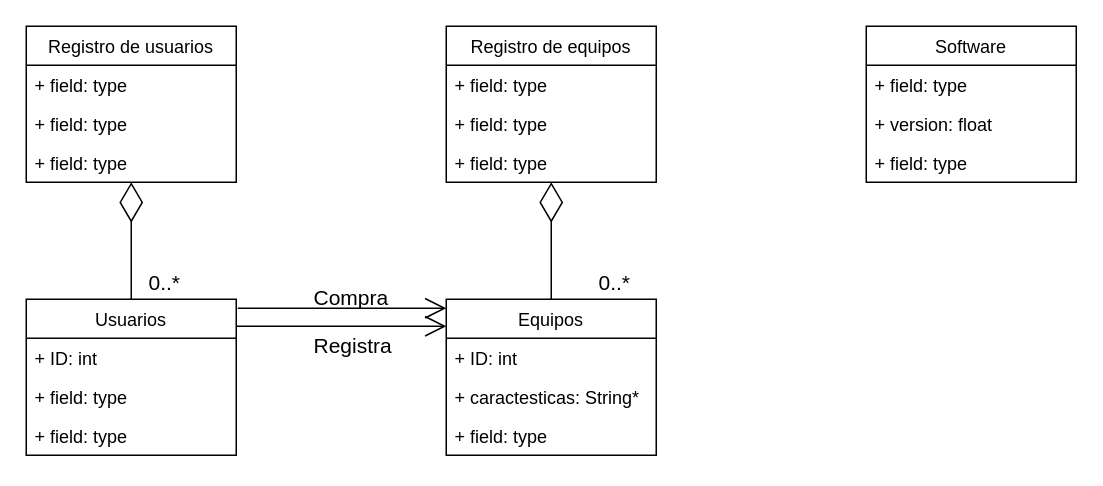
Earlier version of the draw.io diagram ModeloDeDominio.drawio (pierreLucas40/INF236). Source tidied: cells renumbered, new cells numbered last; positions are measured from the earlier drawing's top-left corner, leaving out a move shared by most shapes. Both pictures are drawn from the tidied source at 150%, with x=0, y=0 at pixel (26, 26).
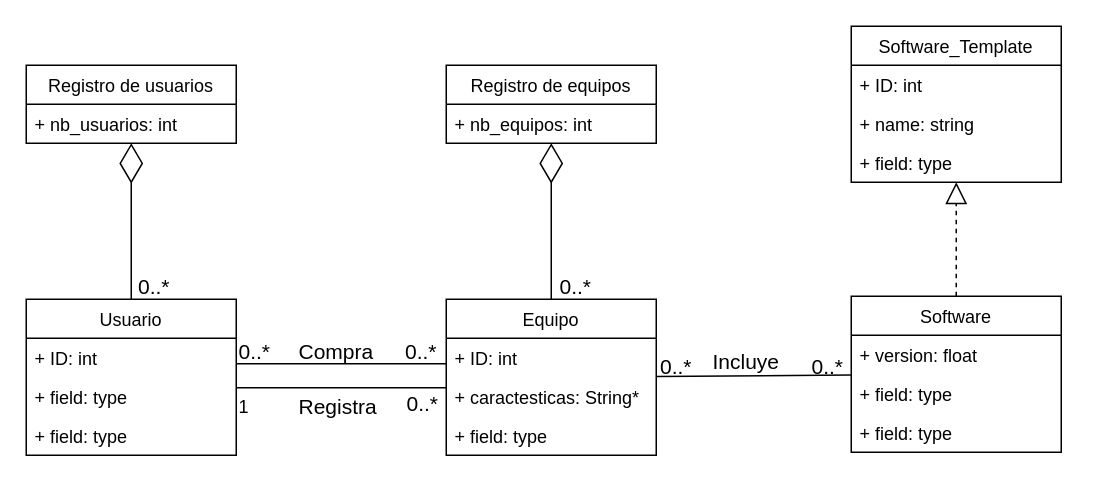
The same diagram, later.

Change to the diagram source:
```diff
@@
     <mxCell id="2" value="Registro de usuarios" style="swimlane;fontStyle=0;horizontal=1;startSize=26;fillColor=none;" parent="1" vertex="1">
-      <mxGeometry width="140" height="104" as="geometry" />
+      <mxGeometry y="26" width="140" height="52" as="geometry" />
     </mxCell>
-    <mxCell id="3" value="+ field: type" style="text;strokeColor=none;fillColor=none;align=left;verticalAlign=top;spacingLeft=4;spacingRight=4;overflow=hidden;" parent="2" vertex="1">
+    <mxCell id="3" value="+ nb_usuarios: int" style="text;strokeColor=none;fillColor=none;align=left;verticalAlign=top;spacingLeft=4;spacingRight=4;overflow=hidden;" parent="2" vertex="1">
       <mxGeometry y="26" width="140" height="26" as="geometry" />
     </mxCell>
-    <mxCell id="4" value="+ field: type" style="text;strokeColor=none;fillColor=none;align=left;verticalAlign=top;spacingLeft=4;spacingRight=4;overflow=hidden;" parent="2" vertex="1">
-      <mxGeometry y="52" width="140" height="26" as="geometry" />
-    </mxCell>
-    <mxCell id="5" value="+ field: type" style="text;strokeColor=none;fillColor=none;align=left;verticalAlign=top;spacingLeft=4;spacingRight=4;overflow=hidden;" parent="2" vertex="1">
-      <mxGeometry y="78" width="140" height="26" as="geometry" />
-    </mxCell>
-    <mxCell id="6" value="Usuarios" style="swimlane;fontStyle=0;horizontal=1;startSize=26;fillColor=none;" parent="1" vertex="1">
+    <mxCell id="6" value="Usuario" style="swimlane;fontStyle=0;horizontal=1;startSize=26;fillColor=none;" parent="1" vertex="1">
       <mxGeometry y="182" width="140" height="104" as="geometry" />
     </mxCell>
@@
     <mxCell id="11" value="Registro de equipos" style="swimlane;fontStyle=0;horizontal=1;startSize=26;fillColor=none;" parent="1" vertex="1">
-      <mxGeometry x="280" width="140" height="104" as="geometry" />
+      <mxGeometry x="280" y="26" width="140" height="52" as="geometry" />
     </mxCell>
-    <mxCell id="12" value="+ field: type" style="text;strokeColor=none;fillColor=none;align=left;verticalAlign=top;spacingLeft=4;spacingRight=4;overflow=hidden;" parent="11" vertex="1">
+    <mxCell id="12" value="+ nb_equipos: int" style="text;strokeColor=none;fillColor=none;align=left;verticalAlign=top;spacingLeft=4;spacingRight=4;overflow=hidden;" parent="11" vertex="1">
       <mxGeometry y="26" width="140" height="26" as="geometry" />
     </mxCell>
-    <mxCell id="13" value="+ field: type" style="text;strokeColor=none;fillColor=none;align=left;verticalAlign=top;spacingLeft=4;spacingRight=4;overflow=hidden;" parent="11" vertex="1">
-      <mxGeometry y="52" width="140" height="26" as="geometry" />
-    </mxCell>
-    <mxCell id="14" value="+ field: type" style="text;strokeColor=none;fillColor=none;align=left;verticalAlign=top;spacingLeft=4;spacingRight=4;overflow=hidden;" parent="11" vertex="1">
-      <mxGeometry y="78" width="140" height="26" as="geometry" />
-    </mxCell>
-    <mxCell id="15" value="Equipos" style="swimlane;fontStyle=0;horizontal=1;startSize=26;fillColor=none;" parent="1" vertex="1">
+    <mxCell id="15" value="Equipo" style="swimlane;fontStyle=0;horizontal=1;startSize=26;fillColor=none;" parent="1" vertex="1">
       <mxGeometry x="280" y="182" width="140" height="104" as="geometry" />
     </mxCell>
@@
     <mxCell id="20" value="&lt;font style=&quot;font-size: 14px&quot;&gt;0..*&lt;/font&gt;" style="text;html=1;align=left;verticalAlign=top;spacingTop=-4;" parent="1" vertex="1">
-      <mxGeometry x="80" y="160" width="40" height="20" as="geometry" />
+      <mxGeometry x="73" y="163" width="40" height="20" as="geometry" />
     </mxCell>
     <mxCell id="21" value="&lt;font style=&quot;font-size: 14px&quot;&gt;0..*&lt;/font&gt;" style="text;html=1;align=left;verticalAlign=top;spacingTop=-4;" parent="1" vertex="1">
-      <mxGeometry x="380" y="160" width="40" height="20" as="geometry" />
+      <mxGeometry x="354" y="163" width="40" height="20" as="geometry" />
     </mxCell>
-    <mxCell id="22" style="endArrow=open;endFill=1;endSize=12;html=1;strokeColor=#000000;exitX=1.014;exitY=0.154;exitDx=0;exitDy=0;exitPerimeter=0;" parent="1" edge="1">
-      <mxGeometry relative="1" as="geometry">
-        <mxPoint x="141" y="188" as="sourcePoint" />
-        <mxPoint x="280" y="188" as="targetPoint" />
-        <Array as="points">
-          <mxPoint x="209" y="188" />
-        </Array>
-      </mxGeometry>
-    </mxCell>
     <mxCell id="23" value="&lt;font style=&quot;font-size: 14px&quot;&gt;Compra&lt;/font&gt;" style="text;html=1;align=left;verticalAlign=top;spacingTop=-4;" parent="1" vertex="1">
-      <mxGeometry x="190" y="170" width="70" height="20" as="geometry" />
+      <mxGeometry x="180" y="206" width="70" height="20" as="geometry" />
     </mxCell>
-    <mxCell id="24" style="endArrow=open;endFill=1;endSize=12;html=1;strokeColor=#000000;entryX=0;entryY=0.173;entryDx=0;entryDy=0;entryPerimeter=0;exitX=1.014;exitY=0.154;exitDx=0;exitDy=0;exitPerimeter=0;" parent="1" edge="1" target="15">
-      <mxGeometry relative="1" as="geometry">
-        <mxPoint x="140" y="200" as="sourcePoint" />
-        <Array as="points">
-          <mxPoint x="208" y="200" />
-        </Array>
-      </mxGeometry>
-    </mxCell>
     <mxCell id="25" value="&lt;font style=&quot;font-size: 14px&quot;&gt;Registra&lt;/font&gt;" style="text;html=1;align=left;verticalAlign=top;spacingTop=-4;" parent="1" vertex="1">
-      <mxGeometry x="190" y="202" width="70" height="20" as="geometry" />
+      <mxGeometry x="180" y="243" width="70" height="20" as="geometry" />
     </mxCell>
-    <mxCell id="26" value="Software" style="swimlane;fontStyle=0;horizontal=1;startSize=26;fillColor=none;" parent="1" vertex="1">
-      <mxGeometry x="560" width="140" height="104" as="geometry" />
+    <mxCell id="26" value="Software_Template" style="swimlane;fontStyle=0;horizontal=1;startSize=26;fillColor=none;" parent="1" vertex="1">
+      <mxGeometry x="550" width="140" height="104" as="geometry" />
     </mxCell>
+    <mxCell id="29" value="+ ID: int" style="text;strokeColor=none;fillColor=none;align=left;verticalAlign=top;spacingLeft=4;spacingRight=4;overflow=hidden;" parent="26" vertex="1">
+      <mxGeometry y="26" width="140" height="26" as="geometry" />
+    </mxCell>
+    <mxCell id="30" value="+ name: string" style="text;strokeColor=none;fillColor=none;align=left;verticalAlign=top;spacingLeft=4;spacingRight=4;overflow=hidden;" parent="26" vertex="1">
+      <mxGeometry y="52" width="140" height="26" as="geometry" />
+    </mxCell>
     <mxCell id="27" value="+ field: type" style="text;strokeColor=none;fillColor=none;align=left;verticalAlign=top;spacingLeft=4;spacingRight=4;overflow=hidden;" parent="26" vertex="1">
-      <mxGeometry y="26" width="140" height="26" as="geometry" />
+      <mxGeometry y="78" width="140" height="26" as="geometry" />
     </mxCell>
+    <mxCell id="31" value="Software" style="swimlane;fontStyle=0;horizontal=1;startSize=26;fillColor=none;" parent="1" vertex="1">
+      <mxGeometry x="550" y="180" width="140" height="104" as="geometry" />
+    </mxCell>
-    <mxCell id="28" value="+ version: float" style="text;strokeColor=none;fillColor=none;align=left;verticalAlign=top;spacingLeft=4;spacingRight=4;overflow=hidden;" parent="26" vertex="1">
-      <mxGeometry y="52" width="140" height="26" as="geometry" />
+    <mxCell id="28" value="+ version: float" style="text;strokeColor=none;fillColor=none;align=left;verticalAlign=top;spacingLeft=4;spacingRight=4;overflow=hidden;" parent="31" vertex="1">
+      <mxGeometry y="26" width="140" height="26" as="geometry" />
     </mxCell>
-    <mxCell id="29" value="+ field: type" style="text;strokeColor=none;fillColor=none;align=left;verticalAlign=top;spacingLeft=4;spacingRight=4;overflow=hidden;" parent="26" vertex="1">
-      <mxGeometry y="78" width="140" height="26" as="geometry" />
-    </mxCell>
+    <mxCell id="32" value="+ field: type" style="text;strokeColor=none;fillColor=none;align=left;verticalAlign=top;spacingLeft=4;spacingRight=4;overflow=hidden;" parent="31" vertex="1">
+      <mxGeometry y="52" width="140" height="26" as="geometry" />
+    </mxCell>
+    <mxCell id="33" value="+ field: type" style="text;strokeColor=none;fillColor=none;align=left;verticalAlign=top;spacingLeft=4;spacingRight=4;overflow=hidden;" parent="31" vertex="1">
+      <mxGeometry y="78" width="140" height="26" as="geometry" />
+    </mxCell>
+    <mxCell id="34" style="endArrow=block;dashed=1;endFill=0;endSize=12;html=1;strokeColor=#000000;" parent="1" edge="1" source="31" target="26">
+      <mxGeometry relative="1" as="geometry" />
+    </mxCell>
+    <mxCell id="35" style="endArrow=none;html=1;strokeColor=#000000;" parent="1" edge="1">
+      <mxGeometry relative="1" as="geometry">
+        <mxPoint x="140" y="241" as="sourcePoint" />
+        <mxPoint x="280" y="241" as="targetPoint" />
+      </mxGeometry>
+    </mxCell>
+    <mxCell id="36" style="endArrow=none;html=1;strokeColor=#000000;" parent="1" edge="1">
+      <mxGeometry relative="1" as="geometry">
+        <mxPoint x="140" y="225" as="sourcePoint" />
+        <mxPoint x="280" y="225" as="targetPoint" />
+      </mxGeometry>
+    </mxCell>
+    <mxCell id="37" value="&lt;font style=&quot;font-size: 14px&quot;&gt;0..*&lt;/font&gt;" style="text;html=1;align=left;verticalAlign=top;spacingTop=-4;" parent="1" vertex="1">
+      <mxGeometry x="140" y="206" width="40" height="20" as="geometry" />
+    </mxCell>
+    <mxCell id="38" value="&lt;font style=&quot;font-size: 14px&quot;&gt;0..*&lt;/font&gt;" style="text;html=1;align=left;verticalAlign=top;spacingTop=-4;" parent="1" vertex="1">
+      <mxGeometry x="251" y="206" width="40" height="20" as="geometry" />
+    </mxCell>
+    <mxCell id="39" value="1" style="text;html=1;align=left;verticalAlign=top;spacingTop=-4;" parent="1" vertex="1">
+      <mxGeometry x="140" y="244" width="20" height="20" as="geometry" />
+    </mxCell>
+    <mxCell id="40" value="&lt;font style=&quot;font-size: 14px&quot;&gt;0..*&lt;/font&gt;" style="text;html=1;align=left;verticalAlign=top;spacingTop=-4;" parent="1" vertex="1">
+      <mxGeometry x="252" y="241" width="40" height="20" as="geometry" />
+    </mxCell>
+    <mxCell id="41" style="endArrow=none;html=1;strokeColor=#000000;" parent="1" edge="1">
+      <mxGeometry relative="1" as="geometry">
+        <mxPoint x="550" y="232.5" as="sourcePoint" />
+        <mxPoint x="420" y="233.5" as="targetPoint" />
+      </mxGeometry>
+    </mxCell>
+    <mxCell id="42" value="&lt;font style=&quot;font-size: 14px&quot;&gt;Incluye&lt;/font&gt;" style="text;html=1;align=left;verticalAlign=top;spacingTop=-4;" parent="1" vertex="1">
+      <mxGeometry x="456" y="213" width="60" height="20" as="geometry" />
+    </mxCell>
+    <mxCell id="43" value="&lt;font style=&quot;font-size: 14px&quot;&gt;0..*&lt;/font&gt;" style="text;html=1;align=left;verticalAlign=top;spacingTop=-4;" parent="1" vertex="1">
+      <mxGeometry x="421" y="216" width="40" height="20" as="geometry" />
+    </mxCell>
+    <mxCell id="44" value="&lt;font style=&quot;font-size: 14px&quot;&gt;0..*&lt;/font&gt;" style="text;html=1;align=left;verticalAlign=top;spacingTop=-4;" parent="1" vertex="1">
+      <mxGeometry x="522" y="216" width="40" height="20" as="geometry" />
+    </mxCell>
```
